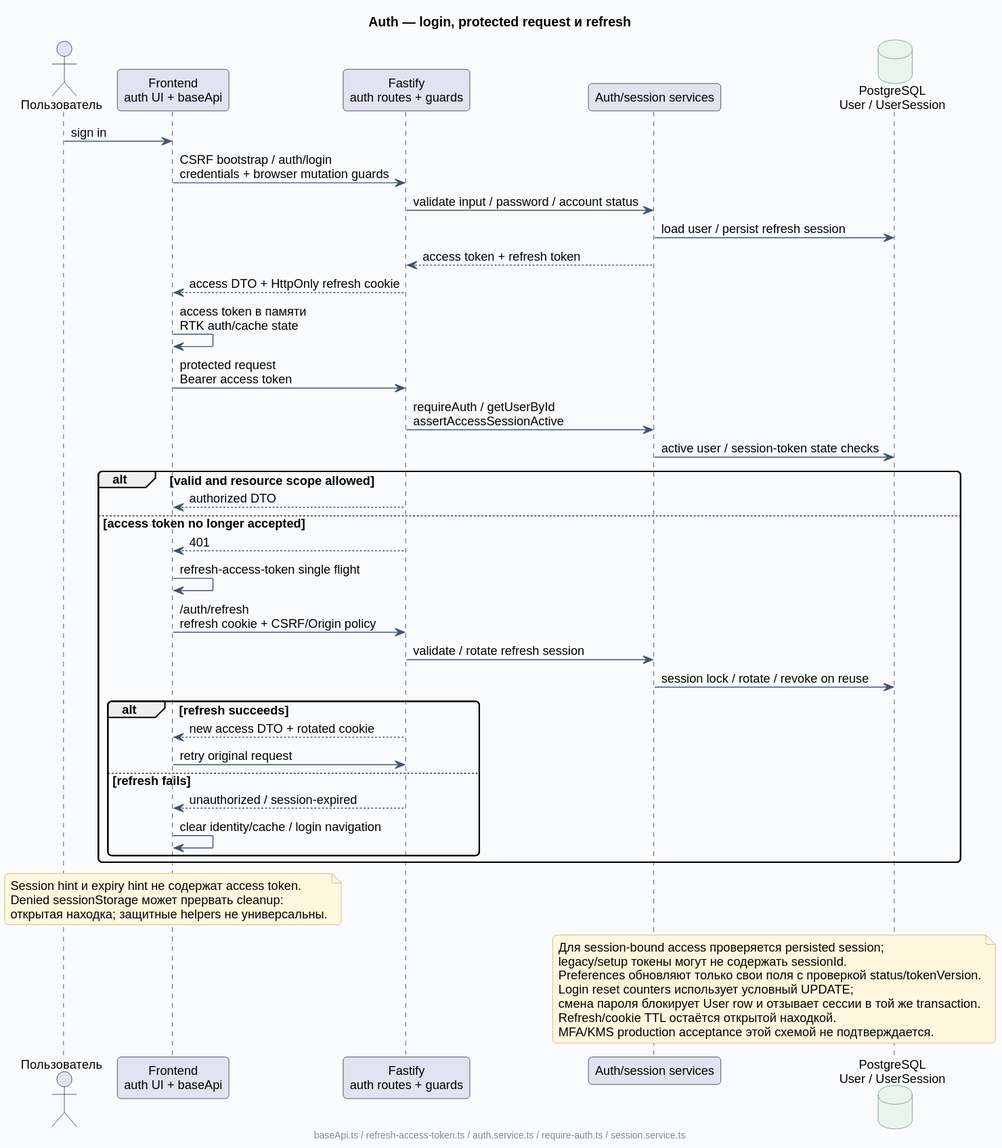
This is docs/diagrams/rendered/07-auth-session.svg from Dima163163/auto-care-hub, a PlantUML export, as it was before one commit.
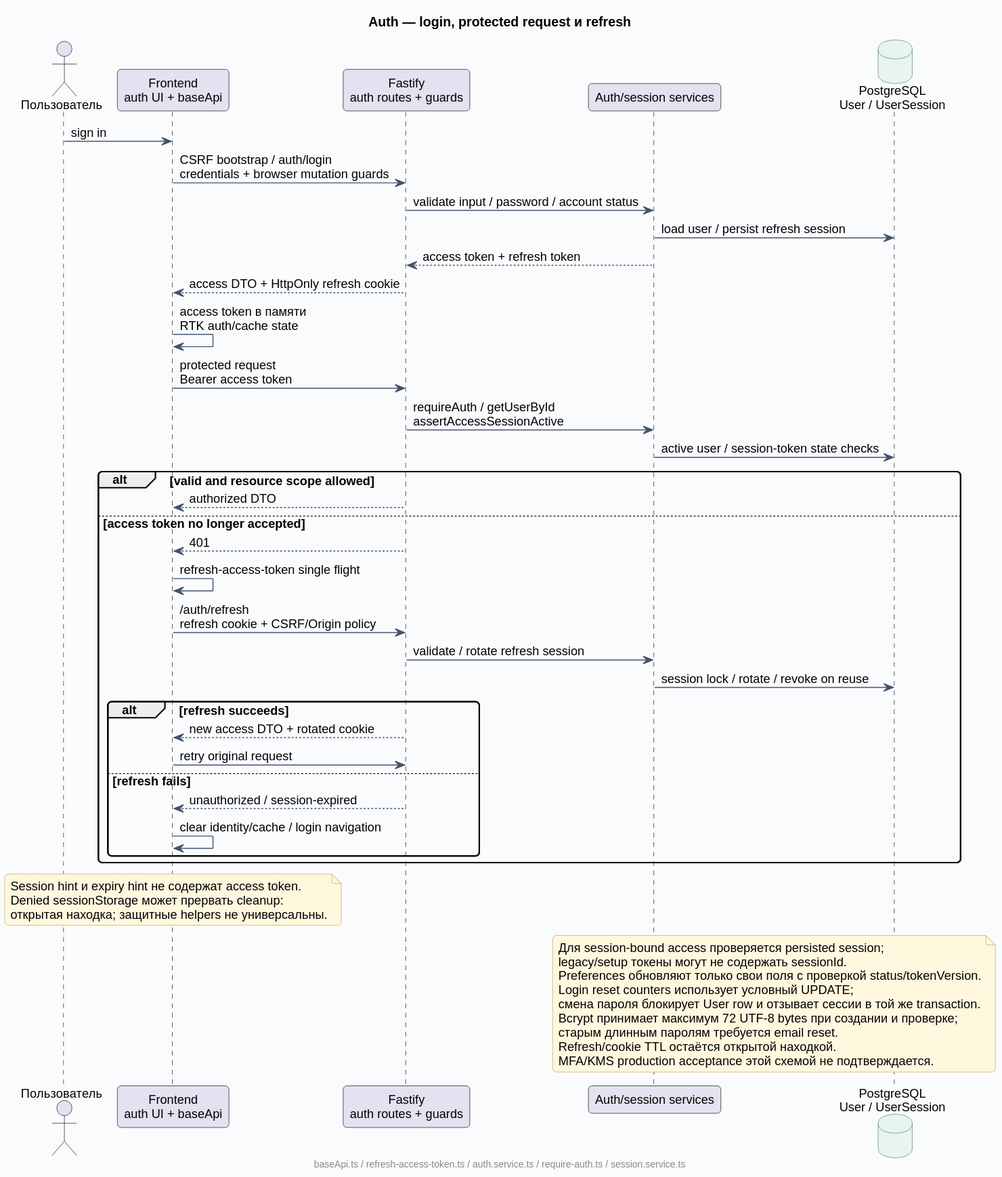
Later version of the same file.

Change to the diagram source:
```diff
@@ -43,6 +43,8 @@
   Preferences обновляют только свои поля с проверкой status/tokenVersion.
   Login reset counters использует условный UPDATE;
   смена пароля блокирует User row и отзывает сессии в той же transaction.
+  Bcrypt принимает максимум 72 UTF-8 bytes при создании и проверке;
+  старым длинным паролям требуется email reset.
   Refresh/cookie TTL остаётся открытой находкой.
   MFA/KMS production acceptance этой схемой не подтверждается.
 end note
```
